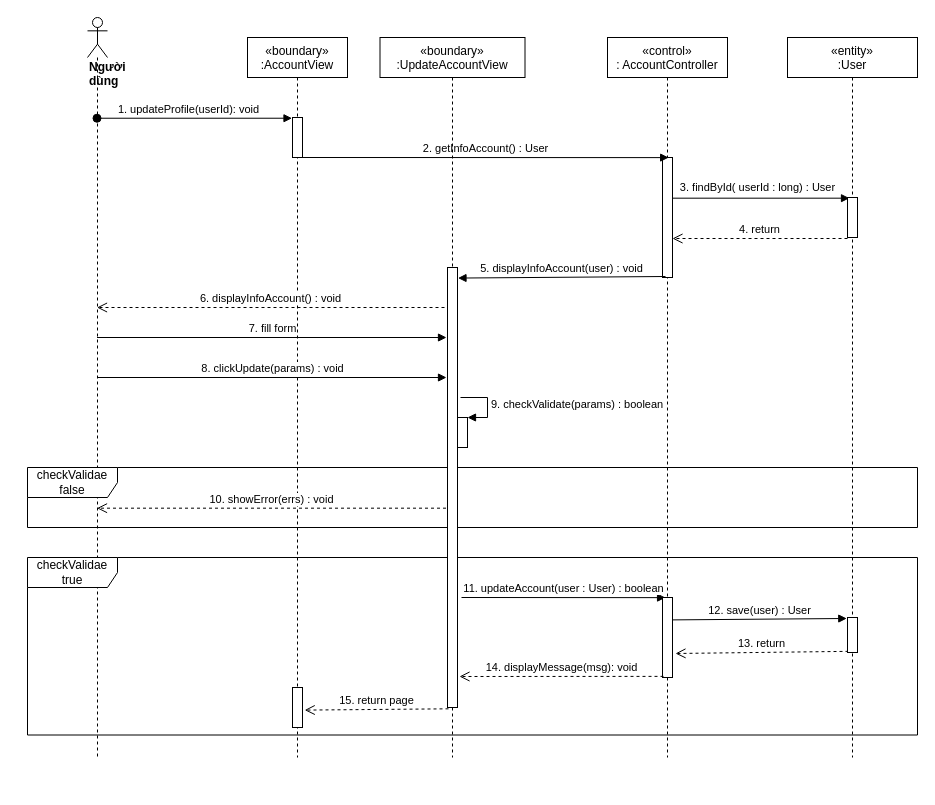
Before: sequence diagram/updateInfoAccount.drawio in nguyenphamvan/datn_20202, a draw.io diagram. Source tidied: cells renumbered, new cells numbered last; positions are measured from the earlier drawing's top-left corner, leaving out a move shared by most shapes. Both pictures are drawn from the tidied source at 100%, with x=0, y=0 at pixel (27, 17).
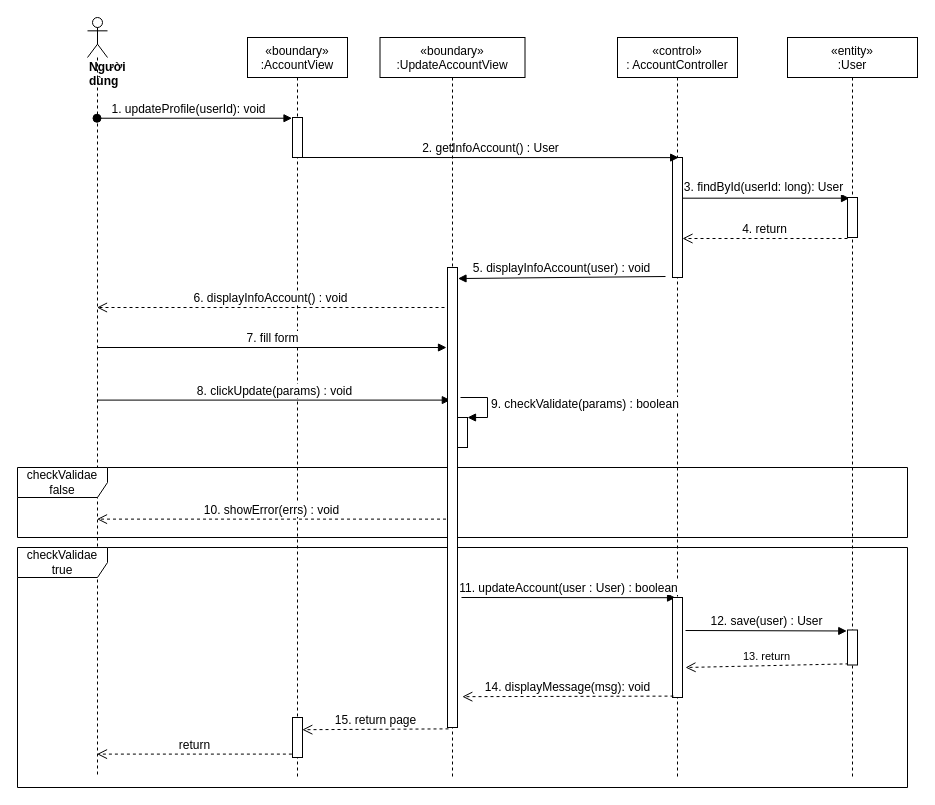
The same diagram, later.

Unchanged cells that the change refers to:
```xml
<mxCell id="3" style="points=[];perimeter=orthogonalPerimeter;rounded=0;shadow=0;strokeWidth=1;" parent="2" vertex="1">
  <mxGeometry x="45" y="80" width="10" height="40" as="geometry" />
</mxCell>
<mxCell id="5" style="points=[];perimeter=orthogonalPerimeter;rounded=0;shadow=0;strokeWidth=1;" parent="4" vertex="1">
  <mxGeometry x="55" y="120" width="10" height="120" as="geometry" />
</mxCell>
<mxCell id="9" style="html=1;verticalAlign=bottom;endArrow=block;entryX=0.2;entryY=0.017;entryDx=0;entryDy=0;entryPerimeter=0;" parent="1" edge="1" source="5" target="17">
  <mxGeometry relative="1" as="geometry" />
</mxCell>
<mxCell id="17" style="html=1;points=[];perimeter=orthogonalPerimeter;" parent="1" vertex="1">
  <mxGeometry x="820" y="180" width="10" height="40" as="geometry" />
</mxCell>
<mxCell id="30" style="html=1;points=[];perimeter=orthogonalPerimeter;" parent="1" vertex="1">
  <mxGeometry x="430" y="400" width="10" height="30" as="geometry" />
</mxCell>
```

The edit, as a diff of the source:
```diff
@@
     <mxCell id="2" value="«boundary»&#10;:AccountView" style="shape=umlLifeline;perimeter=lifelinePerimeter;rounded=0;shadow=0;strokeWidth=1;" parent="1" vertex="1">
-      <mxGeometry x="220" y="20" width="100" height="720" as="geometry" />
+      <mxGeometry x="220" y="20" width="100" height="740" as="geometry" />
     </mxCell>
@@
     <mxCell id="4" value="«control»&#10;: AccountController" style="shape=umlLifeline;perimeter=lifelinePerimeter;rounded=0;shadow=0;strokeWidth=1;" parent="1" vertex="1">
-      <mxGeometry x="580" y="20" width="120" height="720" as="geometry" />
+      <mxGeometry x="590" y="20" width="120" height="740" as="geometry" />
     </mxCell>
@@
     <mxCell id="6" value="&lt;div&gt;&lt;b&gt;Người dùng&lt;/b&gt;&lt;/div&gt;" style="shape=umlLifeline;participant=umlActor;perimeter=lifelinePerimeter;whiteSpace=wrap;html=1;verticalAlign=top;spacingTop=36;outlineConnect=0;align=left;" parent="1" vertex="1">
-      <mxGeometry x="60" width="20" height="740" as="geometry" />
+      <mxGeometry x="60" width="20" height="760" as="geometry" />
     </mxCell>
-    <mxCell id="7" value="1. updateProfile(userId): void" style="verticalAlign=bottom;startArrow=oval;endArrow=block;startSize=8;shadow=0;strokeWidth=1;entryX=-0.05;entryY=0.018;entryDx=0;entryDy=0;entryPerimeter=0;" parent="1" edge="1" source="6" target="3">
+    <mxCell id="7" value="1. updateProfile(userId): void" style="verticalAlign=bottom;startArrow=oval;endArrow=block;startSize=8;shadow=0;strokeWidth=1;entryX=-0.05;entryY=0.018;entryDx=0;entryDy=0;entryPerimeter=0;fontSize=12;" parent="1" edge="1" source="6" target="3">
       <mxGeometry x="-0.06" relative="1" as="geometry" />
     </mxCell>
-    <mxCell id="8" value="2. getInfoAccount() : User" style="html=1;verticalAlign=bottom;endArrow=block;entryX=0.617;entryY=0.001;entryDx=0;entryDy=0;entryPerimeter=0;" parent="1" edge="1" source="3" target="5">
+    <mxCell id="8" value="&lt;font style=&quot;font-size: 12px&quot;&gt;2. getInfoAccount() : User&lt;/font&gt;" style="html=1;verticalAlign=bottom;endArrow=block;entryX=0.617;entryY=0.001;entryDx=0;entryDy=0;entryPerimeter=0;" parent="1" edge="1" source="3" target="5">
       <mxGeometry relative="1" as="geometry" />
     </mxCell>
@@
-    <mxCell id="10" value="3. findById( userId : long) : User" style="edgeLabel;html=1;align=center;verticalAlign=middle;" parent="9" vertex="1">
+    <mxCell id="10" value="&lt;font style=&quot;font-size: 12px&quot;&gt;3. findById(userId: long): User&lt;/font&gt;" style="edgeLabel;html=1;align=center;verticalAlign=middle;" parent="9" vertex="1">
       <mxGeometry x="-0.08" y="4" relative="1" as="geometry">
         <mxPoint x="3" y="-7" as="offset" />
       </mxGeometry>
     </mxCell>
-    <mxCell id="11" value="4. return" style="html=1;verticalAlign=bottom;endArrow=open;dashed=1;endSize=8;exitX=0;exitY=1.025;exitDx=0;exitDy=0;exitPerimeter=0;" parent="1" edge="1" source="17" target="5">
+    <mxCell id="11" value="&lt;font style=&quot;font-size: 12px&quot;&gt;4. return&lt;/font&gt;" style="html=1;verticalAlign=bottom;endArrow=open;dashed=1;endSize=8;exitX=0;exitY=1.025;exitDx=0;exitDy=0;exitPerimeter=0;" parent="1" edge="1" source="17" target="5">
       <mxGeometry relative="1" as="geometry" />
     </mxCell>
     <mxCell id="12" value="«entity»&#10;:User" style="shape=umlLifeline;perimeter=lifelinePerimeter;rounded=0;shadow=0;strokeWidth=1;" parent="1" vertex="1">
-      <mxGeometry x="760" y="20" width="130" height="720" as="geometry" />
+      <mxGeometry x="760" y="20" width="130" height="740" as="geometry" />
     </mxCell>
-    <mxCell id="13" value="7. fill form" style="html=1;verticalAlign=bottom;endArrow=block;" parent="1" edge="1" source="6">
+    <mxCell id="13" value="&lt;font style=&quot;font-size: 12px&quot;&gt;7. fill form&lt;/font&gt;" style="html=1;verticalAlign=bottom;endArrow=block;" parent="1" edge="1" source="6">
       <mxGeometry relative="1" as="geometry">
-        <mxPoint x="419" y="320" as="targetPoint" />
+        <mxPoint x="419" y="330" as="targetPoint" />
       </mxGeometry>
     </mxCell>
-    <mxCell id="14" value="11. updateAccount(user : User) : boolean" style="html=1;verticalAlign=bottom;endArrow=block;entryX=0.307;entryY=0.002;entryDx=0;entryDy=0;entryPerimeter=0;" parent="1" edge="1" target="22">
+    <mxCell id="14" value="&lt;font style=&quot;font-size: 12px&quot;&gt;11. updateAccount(user : User) : boolean&lt;/font&gt;" style="html=1;verticalAlign=bottom;endArrow=block;entryX=0.307;entryY=0.002;entryDx=0;entryDy=0;entryPerimeter=0;" parent="1" edge="1" target="22">
       <mxGeometry relative="1" as="geometry">
         <mxPoint x="434" y="580" as="sourcePoint" />
       </mxGeometry>
     </mxCell>
-    <mxCell id="15" value="12. save(user) : User" style="html=1;verticalAlign=bottom;endArrow=block;entryX=-0.072;entryY=0.028;entryDx=0;entryDy=0;entryPerimeter=0;exitX=1;exitY=0.28;exitDx=0;exitDy=0;exitPerimeter=0;" parent="1" edge="1" source="22" target="21">
-      <mxGeometry relative="1" as="geometry" />
+    <mxCell id="15" value="&lt;font style=&quot;font-size: 12px&quot;&gt;12. save(user) : User&lt;/font&gt;" style="html=1;verticalAlign=bottom;endArrow=block;entryX=-0.072;entryY=0.028;entryDx=0;entryDy=0;entryPerimeter=0;" parent="1" edge="1" target="21">
+      <mxGeometry relative="1" as="geometry">
+        <mxPoint x="658" y="613" as="sourcePoint" />
+      </mxGeometry>
     </mxCell>
-    <mxCell id="16" value="13. return" style="html=1;verticalAlign=bottom;endArrow=open;dashed=1;endSize=8;exitX=0.1;exitY=0.967;exitDx=0;exitDy=0;exitPerimeter=0;entryX=1.3;entryY=0.7;entryDx=0;entryDy=0;entryPerimeter=0;" parent="1" edge="1" source="21" target="22">
-      <mxGeometry relative="1" as="geometry" />
+    <mxCell id="16" value="13. return" style="html=1;verticalAlign=bottom;endArrow=open;dashed=1;endSize=8;exitX=0.1;exitY=0.967;exitDx=0;exitDy=0;exitPerimeter=0;" parent="1" edge="1" source="21">
+      <mxGeometry relative="1" as="geometry">
+        <mxPoint x="658" y="650" as="targetPoint" />
+      </mxGeometry>
     </mxCell>
@@
-    <mxCell id="18" value="8. clickUpdate(params) : void" style="html=1;verticalAlign=bottom;endArrow=block;" parent="1" edge="1" source="6">
-      <mxGeometry relative="1" as="geometry">
-        <mxPoint x="419" y="360" as="targetPoint" />
-      </mxGeometry>
+    <mxCell id="18" value="&lt;font style=&quot;font-size: 12px&quot;&gt;8. clickUpdate(params) : void&lt;/font&gt;" style="html=1;verticalAlign=bottom;endArrow=block;entryX=0.485;entryY=0.49;entryDx=0;entryDy=0;entryPerimeter=0;" parent="1" edge="1" source="6" target="27">
+      <mxGeometry relative="1" as="geometry" />
     </mxCell>
-    <mxCell id="19" value="10. showError(errs) : void" style="html=1;verticalAlign=bottom;endArrow=open;dashed=1;endSize=8;exitX=-0.15;exitY=0.547;exitDx=0;exitDy=0;exitPerimeter=0;" parent="1" edge="1" source="28" target="6">
+    <mxCell id="19" value="&lt;font style=&quot;font-size: 12px&quot;&gt;10. showError(errs) : void&lt;/font&gt;" style="html=1;verticalAlign=bottom;endArrow=open;dashed=1;endSize=8;exitX=-0.15;exitY=0.547;exitDx=0;exitDy=0;exitPerimeter=0;" parent="1" edge="1" source="28" target="6">
       <mxGeometry relative="1" as="geometry" />
     </mxCell>
     <mxCell id="20" value="checkValidae false" style="shape=umlFrame;whiteSpace=wrap;html=1;width=90;height=30;" parent="1" vertex="1">
-      <mxGeometry y="450" width="890" height="60" as="geometry" />
+      <mxGeometry x="-10" y="450" width="890" height="70" as="geometry" />
     </mxCell>
     <mxCell id="21" style="points=[];perimeter=orthogonalPerimeter;rounded=0;shadow=0;strokeWidth=1;" parent="1" vertex="1">
-      <mxGeometry x="820" y="600" width="10" height="35" as="geometry" />
+      <mxGeometry x="820" y="612.5" width="10" height="35" as="geometry" />
     </mxCell>
     <mxCell id="22" style="html=1;points=[];perimeter=orthogonalPerimeter;" parent="1" vertex="1">
-      <mxGeometry x="635" y="580" width="10" height="80" as="geometry" />
+      <mxGeometry x="645" y="580" width="10" height="100" as="geometry" />
     </mxCell>
-    <mxCell id="23" value="15. return page" style="html=1;verticalAlign=bottom;endArrow=open;dashed=1;endSize=8;exitX=0.1;exitY=1.003;exitDx=0;exitDy=0;exitPerimeter=0;entryX=1.22;entryY=0.565;entryDx=0;entryDy=0;entryPerimeter=0;" parent="1" edge="1" source="28" target="32">
+    <mxCell id="23" value="&lt;font style=&quot;font-size: 12px&quot;&gt;15. return page&lt;/font&gt;" style="html=1;verticalAlign=bottom;endArrow=open;dashed=1;endSize=8;exitX=0.1;exitY=1.003;exitDx=0;exitDy=0;exitPerimeter=0;entryX=0.98;entryY=0.305;entryDx=0;entryDy=0;entryPerimeter=0;" parent="1" edge="1" source="28" target="32">
       <mxGeometry relative="1" as="geometry" />
     </mxCell>
-    <mxCell id="24" value="14. displayMessage(msg): void" style="html=1;verticalAlign=bottom;endArrow=open;dashed=1;endSize=8;exitX=0.1;exitY=0.986;exitDx=0;exitDy=0;exitPerimeter=0;" parent="1" edge="1" source="22">
-      <mxGeometry relative="1" as="geometry">
-        <mxPoint x="432" y="659" as="targetPoint" />
-      </mxGeometry>
+    <mxCell id="24" value="&lt;font style=&quot;font-size: 12px&quot;&gt;14. displayMessage(msg): void&lt;/font&gt;" style="html=1;verticalAlign=bottom;endArrow=open;dashed=1;endSize=8;exitX=0.1;exitY=0.986;exitDx=0;exitDy=0;exitPerimeter=0;entryX=1.48;entryY=0.933;entryDx=0;entryDy=0;entryPerimeter=0;" parent="1" edge="1" source="22" target="28">
+      <mxGeometry relative="1" as="geometry" />
     </mxCell>
-    <mxCell id="25" value="6. displayInfoAccount() : void" style="html=1;verticalAlign=bottom;endArrow=open;dashed=1;endSize=8;" parent="1" edge="1" target="6">
+    <mxCell id="25" value="&lt;font style=&quot;font-size: 12px&quot;&gt;6. displayInfoAccount() : void&lt;/font&gt;" style="html=1;verticalAlign=bottom;endArrow=open;dashed=1;endSize=8;" parent="1" edge="1" target="6">
       <mxGeometry relative="1" as="geometry">
         <mxPoint x="417" y="290" as="sourcePoint" />
       </mxGeometry>
     </mxCell>
     <mxCell id="26" value="checkValidae true" style="shape=umlFrame;whiteSpace=wrap;html=1;width=90;height=30;" parent="1" vertex="1">
-      <mxGeometry y="540" width="890" height="177.5" as="geometry" />
+      <mxGeometry x="-10" y="530" width="890" height="240" as="geometry" />
     </mxCell>
     <mxCell id="27" value="«boundary»&#10;:UpdateAccountView" style="shape=umlLifeline;perimeter=lifelinePerimeter;rounded=0;shadow=0;strokeWidth=1;" parent="1" vertex="1">
-      <mxGeometry x="352.5" y="20" width="145" height="720" as="geometry" />
+      <mxGeometry x="352.5" y="20" width="145" height="740" as="geometry" />
     </mxCell>
     <mxCell id="28" style="html=1;points=[];perimeter=orthogonalPerimeter;" parent="27" vertex="1">
-      <mxGeometry x="67.5" y="230" width="10" height="440" as="geometry" />
+      <mxGeometry x="67.5" y="230" width="10" height="460" as="geometry" />
     </mxCell>
-    <mxCell id="29" value="5. displayInfoAccount(user) : void" style="html=1;verticalAlign=bottom;endArrow=block;entryX=1.05;entryY=0.024;entryDx=0;entryDy=0;entryPerimeter=0;" parent="1" edge="1" target="28">
+    <mxCell id="29" value="&lt;font style=&quot;font-size: 12px&quot;&gt;5. displayInfoAccount(user) : void&lt;/font&gt;" style="html=1;verticalAlign=bottom;endArrow=block;entryX=1.05;entryY=0.024;entryDx=0;entryDy=0;entryPerimeter=0;" parent="1" edge="1" target="28">
       <mxGeometry relative="1" as="geometry">
         <mxPoint x="638" y="259" as="sourcePoint" />
       </mxGeometry>
     </mxCell>
@@
-    <mxCell id="31" value="9. checkValidate(params) : boolean" style="edgeStyle=orthogonalEdgeStyle;html=1;align=left;spacingLeft=2;endArrow=block;rounded=0;entryX=1;entryY=0;" parent="1" edge="1" target="30">
+    <mxCell id="31" value="&lt;font style=&quot;font-size: 12px&quot;&gt;9. checkValidate(params) : boolean&lt;/font&gt;" style="edgeStyle=orthogonalEdgeStyle;html=1;align=left;spacingLeft=2;endArrow=block;rounded=0;entryX=1;entryY=0;" parent="1" edge="1" target="30">
       <mxGeometry relative="1" as="geometry">
         <mxPoint x="433" y="380" as="sourcePoint" />
         <Array as="points">
           <mxPoint x="433" y="380" />
           <mxPoint x="460" y="380" />
           <mxPoint x="460" y="400" />
         </Array>
       </mxGeometry>
     </mxCell>
     <mxCell id="32" style="html=1;points=[];perimeter=orthogonalPerimeter;" parent="1" vertex="1">
-      <mxGeometry x="265" y="670" width="10" height="40" as="geometry" />
+      <mxGeometry x="265" y="700" width="10" height="40" as="geometry" />
     </mxCell>
+    <mxCell id="33" value="return" style="html=1;verticalAlign=bottom;endArrow=open;dashed=1;endSize=8;fontSize=12;exitX=-0.06;exitY=0.915;exitDx=0;exitDy=0;exitPerimeter=0;" parent="1" edge="1" source="32" target="6">
+      <mxGeometry relative="1" as="geometry" />
+    </mxCell>
```
